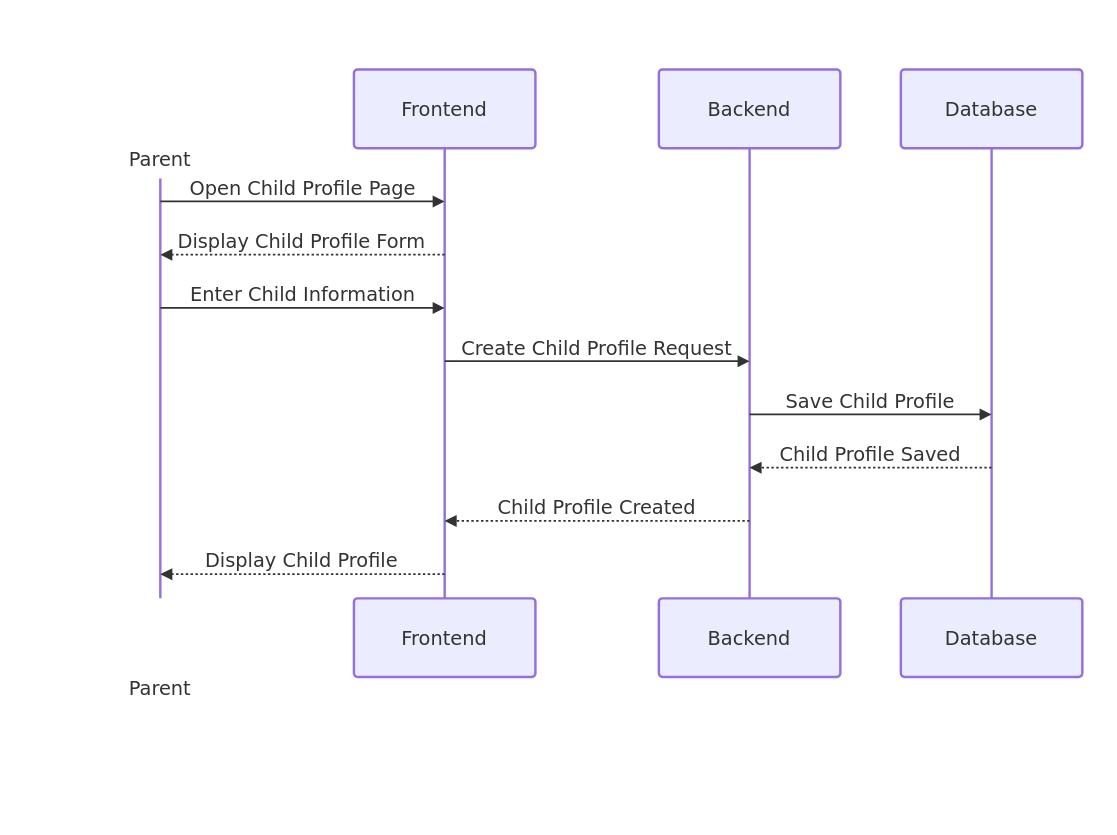
Above: docs/requirements/SequenceDiagram/SequenceDiagram_CreateChildProfile_MVP_v1.0.drawio in khodadadipoone-boop/-Maniarverse- (draw.io), before the change. Source tidied: cells renumbered, new cells numbered last; positions are measured from the earlier drawing's top-left corner, leaving out a move shared by most shapes. Both pictures are drawn from the tidied source at 121%, with x=0, y=0 at pixel (21, 21).
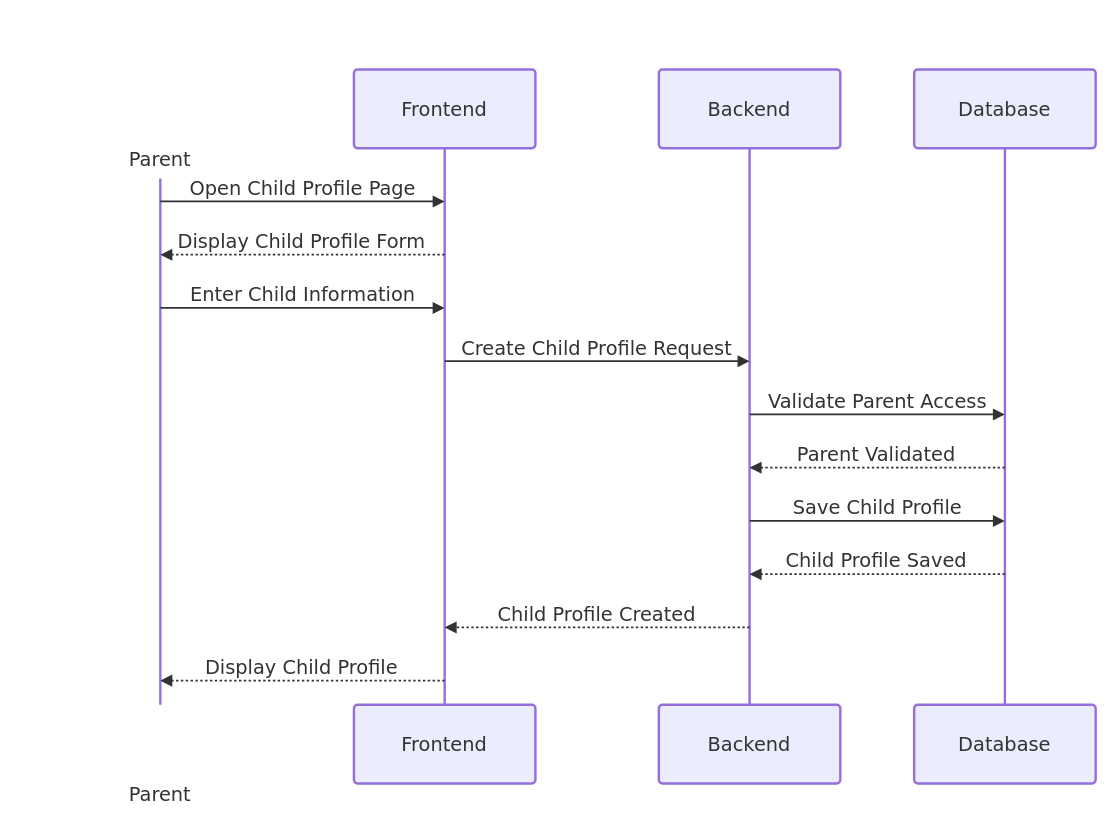
After the change.

Commit message (it also covers changes not shown here):
add parent access validation to create child profile sequence diagram

Unchanged cells that the change refers to:
```xml
<mxCell id="2" style="group;transparentBounds=1;editIcon=1;lockedGroup=0;groupPadding=20;" parent="1" vertex="1">
  <mxGeometry as="geometry" />
</mxCell>
```

The edit, as a diff of the source:
```diff
@@
     <mxCell id="3" value="Parent" style="html=1;shape=umlLifeline;perimeter=lifelinePerimeter;whiteSpace=wrap;newEdgeStyle={&quot;edgeStyle&quot;:&quot;elbowEdgeStyle&quot;,&quot;elbow&quot;:&quot;vertical&quot;,&quot;curved&quot;:0,&quot;rounded&quot;:0};lifelineDashed=0;strokeWidth=2;rounded=1;absoluteArcSize=1;arcSize=6;lifelineColor=light-dark(#9370DB,#cccccc);participant=seqActorStick;verticalAlign=bottom;align=center;spacingBottom=4;size=90;fillColor=light-dark(#ECECFF,#1f2020);strokeColor=light-dark(#9370DB,#cccccc);fontColor=light-dark(#333333,#cccccc);fontFamily=Trebuchet MS,Verdana,Arial,sans-serif;fontSize=16;" parent="2" vertex="1">
-      <mxGeometry x="40" y="40" width="150" height="437" as="geometry" />
+      <mxGeometry x="40" y="40" width="150" height="525" as="geometry" />
     </mxCell>
     <mxCell id="4" value="Parent" style="html=1;shape=umlLifeline;perimeter=lifelinePerimeter;whiteSpace=wrap;lifelineDashed=0;strokeWidth=2;rounded=1;absoluteArcSize=1;arcSize=6;lifelineColor=light-dark(#9370DB,#cccccc);size=90;participant=seqActorStick;verticalAlign=bottom;align=center;spacingBottom=4;fillColor=light-dark(#ECECFF,#1f2020);strokeColor=light-dark(#9370DB,#cccccc);fontColor=light-dark(#333333,#cccccc);fontFamily=Trebuchet MS,Verdana,Arial,sans-serif;fontSize=16;" parent="2" vertex="1">
-      <mxGeometry x="40" y="477" width="150" height="90" as="geometry" />
+      <mxGeometry x="40" y="565" width="150" height="90" as="geometry" />
     </mxCell>
     <mxCell id="5" value="Frontend" style="html=1;shape=umlLifeline;perimeter=lifelinePerimeter;whiteSpace=wrap;newEdgeStyle={&quot;edgeStyle&quot;:&quot;elbowEdgeStyle&quot;,&quot;elbow&quot;:&quot;vertical&quot;,&quot;curved&quot;:0,&quot;rounded&quot;:0};lifelineDashed=0;strokeWidth=2;rounded=1;absoluteArcSize=1;arcSize=6;lifelineColor=light-dark(#9370DB,#cccccc);size=65;fillColor=light-dark(#ECECFF,#1f2020);strokeColor=light-dark(#9370DB,#cccccc);fontColor=light-dark(#333333,#cccccc);fontFamily=Trebuchet MS,Verdana,Arial,sans-serif;fontSize=16;" parent="2" vertex="1">
-      <mxGeometry x="275" y="40" width="150" height="437" as="geometry" />
+      <mxGeometry x="275" y="40" width="150" height="525" as="geometry" />
     </mxCell>
     <mxCell id="6" value="Frontend" style="html=1;rounded=1;absoluteArcSize=1;arcSize=6;verticalAlign=middle;align=center;strokeWidth=2;whiteSpace=wrap;fillColor=light-dark(#ECECFF,#1f2020);strokeColor=light-dark(#9370DB,#cccccc);fontColor=light-dark(#333333,#cccccc);fontFamily=Trebuchet MS,Verdana,Arial,sans-serif;fontSize=16;" parent="2" vertex="1">
-      <mxGeometry x="275" y="477" width="150" height="65" as="geometry" />
+      <mxGeometry x="275" y="565" width="150" height="65" as="geometry" />
     </mxCell>
     <mxCell id="7" value="Backend" style="html=1;shape=umlLifeline;perimeter=lifelinePerimeter;whiteSpace=wrap;newEdgeStyle={&quot;edgeStyle&quot;:&quot;elbowEdgeStyle&quot;,&quot;elbow&quot;:&quot;vertical&quot;,&quot;curved&quot;:0,&quot;rounded&quot;:0};lifelineDashed=0;strokeWidth=2;rounded=1;absoluteArcSize=1;arcSize=6;lifelineColor=light-dark(#9370DB,#cccccc);size=65;fillColor=light-dark(#ECECFF,#1f2020);strokeColor=light-dark(#9370DB,#cccccc);fontColor=light-dark(#333333,#cccccc);fontFamily=Trebuchet MS,Verdana,Arial,sans-serif;fontSize=16;" parent="2" vertex="1">
-      <mxGeometry x="527" y="40" width="150" height="437" as="geometry" />
+      <mxGeometry x="527" y="40" width="150" height="525" as="geometry" />
     </mxCell>
     <mxCell id="8" value="Backend" style="html=1;rounded=1;absoluteArcSize=1;arcSize=6;verticalAlign=middle;align=center;strokeWidth=2;whiteSpace=wrap;fillColor=light-dark(#ECECFF,#1f2020);strokeColor=light-dark(#9370DB,#cccccc);fontColor=light-dark(#333333,#cccccc);fontFamily=Trebuchet MS,Verdana,Arial,sans-serif;fontSize=16;" parent="2" vertex="1">
-      <mxGeometry x="527" y="477" width="150" height="65" as="geometry" />
+      <mxGeometry x="527" y="565" width="150" height="65" as="geometry" />
     </mxCell>
     <mxCell id="9" value="Database" style="html=1;shape=umlLifeline;perimeter=lifelinePerimeter;whiteSpace=wrap;newEdgeStyle={&quot;edgeStyle&quot;:&quot;elbowEdgeStyle&quot;,&quot;elbow&quot;:&quot;vertical&quot;,&quot;curved&quot;:0,&quot;rounded&quot;:0};lifelineDashed=0;strokeWidth=2;rounded=1;absoluteArcSize=1;arcSize=6;lifelineColor=light-dark(#9370DB,#cccccc);size=65;fillColor=light-dark(#ECECFF,#1f2020);strokeColor=light-dark(#9370DB,#cccccc);fontColor=light-dark(#333333,#cccccc);fontFamily=Trebuchet MS,Verdana,Arial,sans-serif;fontSize=16;" parent="2" vertex="1">
-      <mxGeometry x="727" y="40" width="150" height="437" as="geometry" />
+      <mxGeometry x="738" y="40" width="150" height="525" as="geometry" />
     </mxCell>
     <mxCell id="10" value="Database" style="html=1;rounded=1;absoluteArcSize=1;arcSize=6;verticalAlign=middle;align=center;strokeWidth=2;whiteSpace=wrap;fillColor=light-dark(#ECECFF,#1f2020);strokeColor=light-dark(#9370DB,#cccccc);fontColor=light-dark(#333333,#cccccc);fontFamily=Trebuchet MS,Verdana,Arial,sans-serif;fontSize=16;" parent="2" vertex="1">
-      <mxGeometry x="727" y="477" width="150" height="65" as="geometry" />
+      <mxGeometry x="738" y="565" width="150" height="65" as="geometry" />
     </mxCell>
@@
+    <mxCell id="19" value="Validate Parent Access" style="endArrow=block;verticalAlign=bottom;edgeStyle=elbowEdgeStyle;elbow=vertical;curved=0;rounded=0;fontSize=16;labelBackgroundColor=none;strokeWidth=1.5;strokeColor=light-dark(#333333,#cccccc);fontColor=light-dark(#333333,#cccccc);fontFamily=Trebuchet MS,Verdana,Arial,sans-serif;" parent="2" edge="1">
+      <mxGeometry relative="1" as="geometry">
+        <mxPoint x="602" y="325" as="sourcePoint" />
+        <mxPoint x="813" y="325" as="targetPoint" />
+        <Array as="points">
+          <mxPoint x="708" y="325" />
+        </Array>
+      </mxGeometry>
+    </mxCell>
+    <mxCell id="20" value="Parent Validated" style="dashed=1;fixDash=1;dashPattern=2 2;endArrow=block;verticalAlign=bottom;edgeStyle=elbowEdgeStyle;elbow=vertical;curved=0;rounded=0;fontSize=16;labelBackgroundColor=none;strokeWidth=1.5;strokeColor=light-dark(#333333,#cccccc);fontColor=light-dark(#333333,#cccccc);fontFamily=Trebuchet MS,Verdana,Arial,sans-serif;" parent="2" edge="1">
+      <mxGeometry relative="1" as="geometry">
+        <mxPoint x="813" y="369" as="sourcePoint" />
+        <mxPoint x="602" y="369" as="targetPoint" />
+        <Array as="points">
+          <mxPoint x="708" y="369" />
+        </Array>
+      </mxGeometry>
+    </mxCell>
     <mxCell id="15" value="Save Child Profile" style="endArrow=block;verticalAlign=bottom;edgeStyle=elbowEdgeStyle;elbow=vertical;curved=0;rounded=0;fontSize=16;labelBackgroundColor=none;strokeWidth=1.5;strokeColor=light-dark(#333333,#cccccc);fontColor=light-dark(#333333,#cccccc);fontFamily=Trebuchet MS,Verdana,Arial,sans-serif;" parent="2" edge="1">
       <mxGeometry relative="1" as="geometry">
-        <mxPoint x="602" y="325" as="sourcePoint" />
-        <mxPoint x="802" y="325" as="targetPoint" />
+        <mxPoint x="602" y="413" as="sourcePoint" />
+        <mxPoint x="813" y="413" as="targetPoint" />
         <Array as="points">
-          <mxPoint x="702" y="325" />
+          <mxPoint x="708" y="413" />
         </Array>
       </mxGeometry>
     </mxCell>
     <mxCell id="16" value="Child Profile Saved" style="dashed=1;fixDash=1;dashPattern=2 2;endArrow=block;verticalAlign=bottom;edgeStyle=elbowEdgeStyle;elbow=vertical;curved=0;rounded=0;fontSize=16;labelBackgroundColor=none;strokeWidth=1.5;strokeColor=light-dark(#333333,#cccccc);fontColor=light-dark(#333333,#cccccc);fontFamily=Trebuchet MS,Verdana,Arial,sans-serif;" parent="2" edge="1">
       <mxGeometry relative="1" as="geometry">
-        <mxPoint x="802" y="369" as="sourcePoint" />
-        <mxPoint x="602" y="369" as="targetPoint" />
+        <mxPoint x="813" y="457" as="sourcePoint" />
+        <mxPoint x="602" y="457" as="targetPoint" />
         <Array as="points">
-          <mxPoint x="702" y="369" />
+          <mxPoint x="708" y="457" />
         </Array>
       </mxGeometry>
     </mxCell>
     <mxCell id="17" value="Child Profile Created" style="dashed=1;fixDash=1;dashPattern=2 2;endArrow=block;verticalAlign=bottom;edgeStyle=elbowEdgeStyle;elbow=vertical;curved=0;rounded=0;fontSize=16;labelBackgroundColor=none;strokeWidth=1.5;strokeColor=light-dark(#333333,#cccccc);fontColor=light-dark(#333333,#cccccc);fontFamily=Trebuchet MS,Verdana,Arial,sans-serif;" parent="2" edge="1">
       <mxGeometry relative="1" as="geometry">
-        <mxPoint x="602" y="413" as="sourcePoint" />
-        <mxPoint x="350" y="413" as="targetPoint" />
+        <mxPoint x="602" y="501" as="sourcePoint" />
+        <mxPoint x="350" y="501" as="targetPoint" />
         <Array as="points">
-          <mxPoint x="476" y="413" />
+          <mxPoint x="476" y="501" />
         </Array>
       </mxGeometry>
     </mxCell>
     <mxCell id="18" value="Display Child Profile" style="dashed=1;fixDash=1;dashPattern=2 2;endArrow=block;verticalAlign=bottom;edgeStyle=elbowEdgeStyle;elbow=vertical;curved=0;rounded=0;fontSize=16;labelBackgroundColor=none;strokeWidth=1.5;strokeColor=light-dark(#333333,#cccccc);fontColor=light-dark(#333333,#cccccc);fontFamily=Trebuchet MS,Verdana,Arial,sans-serif;" parent="2" edge="1">
       <mxGeometry relative="1" as="geometry">
-        <mxPoint x="350" y="457" as="sourcePoint" />
-        <mxPoint x="115" y="457" as="targetPoint" />
+        <mxPoint x="350" y="545" as="sourcePoint" />
+        <mxPoint x="115" y="545" as="targetPoint" />
         <Array as="points">
-          <mxPoint x="233" y="457" />
+          <mxPoint x="233" y="545" />
         </Array>
       </mxGeometry>
     </mxCell>
```
